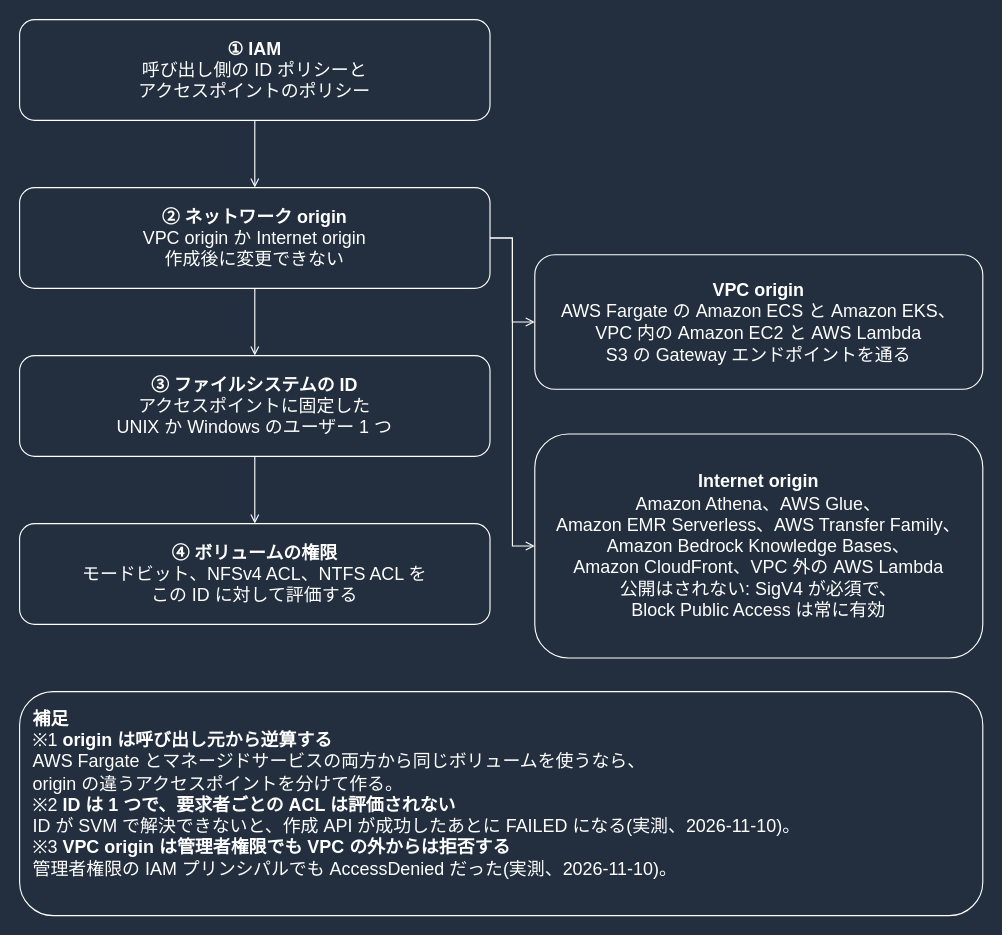
The draw.io diagram docs/_assets/diagrams/s3ap-request-path-dark.drawio in Yoshiki0705/FSx-for-ONTAP-Container-Datastore-Patterns, before the edit. Source tidied: cells renumbered, new cells numbered last; positions are measured from the earlier drawing's top-left corner, leaving out a move shared by most shapes. Both pictures are drawn from the tidied source at 112%, with x=0, y=0 at pixel (19, 19).
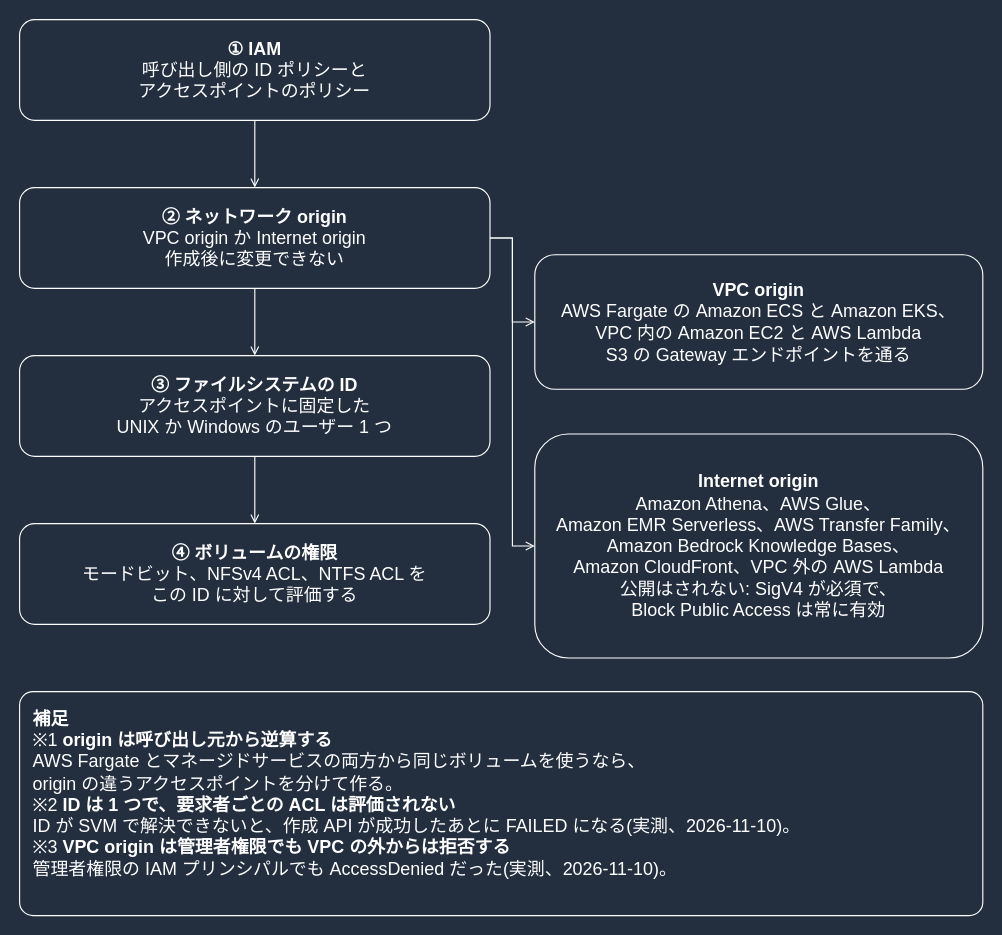
Above is the later version.

What changed in the source:
```diff
@@
 <mxGraphModel background="#232F3E">
   <root>
     <mxCell id="0" />
     <mxCell id="1" parent="0" />
     <mxCell id="2" style="edgeStyle=orthogonalEdgeStyle;rounded=0;html=1;endArrow=open;endFill=0;strokeColor=#FFFFFF;strokeWidth=1;fontSize=16;fontColor=#FFFFFF;labelBackgroundColor=#232F3E;exitX=0.5;exitY=1.0;exitDx=0;exitDy=0;entryX=0.5;entryY=0.0;entryDx=0;entryDy=0;" parent="1" edge="1" source="7" target="8">
       <mxGeometry relative="1" as="geometry" />
     </mxCell>
     <mxCell id="3" style="edgeStyle=orthogonalEdgeStyle;rounded=0;html=1;endArrow=open;endFill=0;strokeColor=#FFFFFF;strokeWidth=1;fontSize=16;fontColor=#FFFFFF;labelBackgroundColor=#232F3E;exitX=0.5;exitY=1.0;exitDx=0;exitDy=0;entryX=0.5;entryY=0.0;entryDx=0;entryDy=0;" parent="1" edge="1" source="8" target="9">
       <mxGeometry relative="1" as="geometry" />
     </mxCell>
     <mxCell id="4" style="edgeStyle=orthogonalEdgeStyle;rounded=0;html=1;endArrow=open;endFill=0;strokeColor=#FFFFFF;strokeWidth=1;fontSize=16;fontColor=#FFFFFF;labelBackgroundColor=#232F3E;exitX=0.5;exitY=1.0;exitDx=0;exitDy=0;entryX=0.5;entryY=0.0;entryDx=0;entryDy=0;" parent="1" edge="1" source="9" target="10">
       <mxGeometry relative="1" as="geometry" />
     </mxCell>
     <mxCell id="5" style="edgeStyle=orthogonalEdgeStyle;rounded=0;html=1;endArrow=open;endFill=0;strokeColor=#FFFFFF;strokeWidth=1;fontSize=16;fontColor=#FFFFFF;labelBackgroundColor=#232F3E;exitX=1.0;exitY=0.5;exitDx=0;exitDy=0;entryX=0.0;entryY=0.5;entryDx=0;entryDy=0;" parent="1" edge="1" source="8" target="11">
       <mxGeometry relative="1" as="geometry" />
     </mxCell>
     <mxCell id="6" style="edgeStyle=orthogonalEdgeStyle;rounded=0;html=1;endArrow=open;endFill=0;strokeColor=#FFFFFF;strokeWidth=1;fontSize=16;fontColor=#FFFFFF;labelBackgroundColor=#232F3E;exitX=1.0;exitY=0.5;exitDx=0;exitDy=0;entryX=0.0;entryY=0.5;entryDx=0;entryDy=0;" parent="1" edge="1" source="8" target="12">
       <mxGeometry relative="1" as="geometry" />
     </mxCell>
     <mxCell id="7" value="&lt;b&gt;① IAM&lt;/b&gt;&lt;br&gt;呼び出し側の ID ポリシーと&lt;br&gt;アクセスポイントのポリシー" style="rounded=1;whiteSpace=wrap;html=1;strokeColor=#FFFFFF;fillColor=none;fontColor=#FFFFFF;fontSize=16;verticalAlign=middle;align=center;" parent="1" vertex="1">
       <mxGeometry width="420" height="90" as="geometry" />
     </mxCell>
     <mxCell id="8" value="&lt;b&gt;② ネットワーク origin&lt;/b&gt;&lt;br&gt;VPC origin か Internet origin&lt;br&gt;作成後に変更できない" style="rounded=1;whiteSpace=wrap;html=1;strokeColor=#FFFFFF;fillColor=none;fontColor=#FFFFFF;fontSize=16;verticalAlign=middle;align=center;" parent="1" vertex="1">
       <mxGeometry y="150" width="420" height="90" as="geometry" />
     </mxCell>
     <mxCell id="9" value="&lt;b&gt;③ ファイルシステムの ID&lt;/b&gt;&lt;br&gt;アクセスポイントに固定した&lt;br&gt;UNIX か Windows のユーザー 1 つ" style="rounded=1;whiteSpace=wrap;html=1;strokeColor=#FFFFFF;fillColor=none;fontColor=#FFFFFF;fontSize=16;verticalAlign=middle;align=center;" parent="1" vertex="1">
       <mxGeometry y="300" width="420" height="90" as="geometry" />
     </mxCell>
     <mxCell id="10" value="&lt;b&gt;④ ボリュームの権限&lt;/b&gt;&lt;br&gt;モードビット、NFSv4 ACL、NTFS ACL を&lt;br&gt;この ID に対して評価する" style="rounded=1;whiteSpace=wrap;html=1;strokeColor=#FFFFFF;fillColor=none;fontColor=#FFFFFF;fontSize=16;verticalAlign=middle;align=center;" parent="1" vertex="1">
       <mxGeometry y="450" width="420" height="90" as="geometry" />
     </mxCell>
     <mxCell id="11" value="&lt;b&gt;VPC origin&lt;/b&gt;&lt;br&gt;AWS Fargate の Amazon ECS と Amazon EKS、&lt;br&gt;VPC 内の Amazon EC2 と AWS Lambda&lt;br&gt;S3 の Gateway エンドポイントを通る" style="rounded=1;whiteSpace=wrap;html=1;strokeColor=#FFFFFF;fillColor=none;fontColor=#FFFFFF;fontSize=16;verticalAlign=middle;align=center;" parent="1" vertex="1">
       <mxGeometry x="460" y="210" width="400" height="120" as="geometry" />
     </mxCell>
     <mxCell id="12" value="&lt;b&gt;Internet origin&lt;/b&gt;&lt;br&gt;Amazon Athena、AWS Glue、&lt;br&gt;Amazon EMR Serverless、AWS Transfer Family、&lt;br&gt;Amazon Bedrock Knowledge Bases、&lt;br&gt;Amazon CloudFront、VPC 外の AWS Lambda&lt;br&gt;公開はされない: SigV4 が必須で、&lt;br&gt;Block Public Access は常に有効" style="rounded=1;whiteSpace=wrap;html=1;strokeColor=#FFFFFF;fillColor=none;fontColor=#FFFFFF;fontSize=16;verticalAlign=middle;align=center;" parent="1" vertex="1">
       <mxGeometry x="460" y="370" width="400" height="200" as="geometry" />
     </mxCell>
-    <mxCell id="13" value="&lt;b&gt;補足&lt;/b&gt;&lt;br&gt;※1 &lt;b&gt;origin は呼び出し元から逆算する&lt;/b&gt;&lt;br&gt;AWS Fargate とマネージドサービスの両方から同じボリュームを使うなら、&lt;br&gt;origin の違うアクセスポイントを分けて作る。&lt;br&gt;※2 &lt;b&gt;ID は 1 つで、要求者ごとの ACL は評価されない&lt;/b&gt;&lt;br&gt;ID が SVM で解決できないと、作成 API が成功したあとに FAILED になる(実測、2026-11-10)。&lt;br&gt;※3 &lt;b&gt;VPC origin は管理者権限でも VPC の外からは拒否する&lt;/b&gt;&lt;br&gt;管理者権限の IAM プリンシパルでも AccessDenied だった(実測、2026-11-10)。" style="rounded=1;whiteSpace=wrap;html=1;strokeColor=#FFFFFF;fillColor=none;fontColor=#FFFFFF;fontSize=16;verticalAlign=top;align=left;spacingLeft=10;spacingRight=10;spacingTop=8;" parent="1" vertex="1">
+    <mxCell id="13" value="&lt;b&gt;補足&lt;/b&gt;&lt;br&gt;※1 &lt;b&gt;origin は呼び出し元から逆算する&lt;/b&gt;&lt;br&gt;AWS Fargate とマネージドサービスの両方から同じボリュームを使うなら、&lt;br&gt;origin の違うアクセスポイントを分けて作る。&lt;br&gt;※2 &lt;b&gt;ID は 1 つで、要求者ごとの ACL は評価されない&lt;/b&gt;&lt;br&gt;ID が SVM で解決できないと、作成 API が成功したあとに FAILED になる(実測、2026-11-10)。&lt;br&gt;※3 &lt;b&gt;VPC origin は管理者権限でも VPC の外からは拒否する&lt;/b&gt;&lt;br&gt;管理者権限の IAM プリンシパルでも AccessDenied だった(実測、2026-11-10)。" style="rounded=1;absoluteArcSize=1;arcSize=24;whiteSpace=wrap;html=1;strokeColor=#FFFFFF;fillColor=none;fontColor=#FFFFFF;fontSize=16;verticalAlign=top;align=left;spacingLeft=10;spacingRight=10;spacingTop=8;" parent="1" vertex="1">
       <mxGeometry y="600" width="860" height="200" as="geometry" />
     </mxCell>
   </root>
 </mxGraphModel>
```
